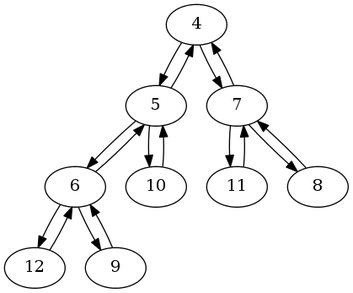
The Graphviz diagram project1/graph.png in madsravn/datastructures, before a commit. Its source is kept beside it as project1/graph.dot.
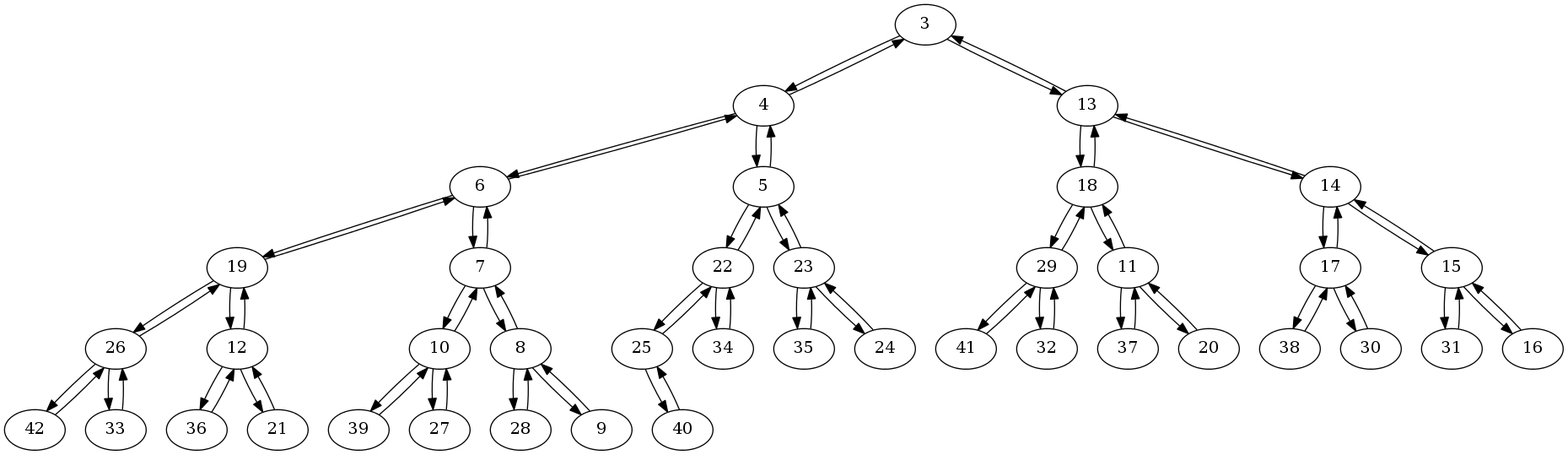
After the change.

Diff of the diagram source:
```diff
@@ -1,20 +1,82 @@
 digraph G {
 
+3 -> 4
+4 -> 6
+6 -> 19
+19 -> 26
+26 -> 42
+42 -> 26
+26 -> 33
+33 -> 26
+26 -> 19
+19 -> 12
+12 -> 36
+36 -> 12
+12 -> 21
+21 -> 12
+12 -> 19
+19 -> 6
+6 -> 7
+7 -> 10
+10 -> 39
+39 -> 10
+10 -> 27
+27 -> 10
+10 -> 7
+7 -> 8
+8 -> 28
+28 -> 8
+8 -> 9
+9 -> 8
+8 -> 7
+7 -> 6
+6 -> 4
 4 -> 5
-5 -> 6
-6 -> 12
-12 -> 6
-6 -> 9
-9 -> 6
-6 -> 5
-5 -> 10
-10 -> 5
+5 -> 22
+22 -> 25
+25 -> 40
+40 -> 25
+25 -> 22
+22 -> 34
+34 -> 22
+22 -> 5
+5 -> 23
+23 -> 35
+35 -> 23
+23 -> 24
+24 -> 23
+23 -> 5
 5 -> 4
-4 -> 7
-7 -> 11
-11 -> 7
-7 -> 8
-8 -> 7
-7 -> 4
+4 -> 3
+3 -> 13
+13 -> 18
+18 -> 29
+29 -> 41
+41 -> 29
+29 -> 32
+32 -> 29
+29 -> 18
+18 -> 11
+11 -> 37
+37 -> 11
+11 -> 20
+20 -> 11
+11 -> 18
+18 -> 13
+13 -> 14
+14 -> 17
+17 -> 38
+38 -> 17
+17 -> 30
+30 -> 17
+17 -> 14
+14 -> 15
+15 -> 31
+31 -> 15
+15 -> 16
+16 -> 15
+15 -> 14
+14 -> 13
+13 -> 3
 
 }
```
